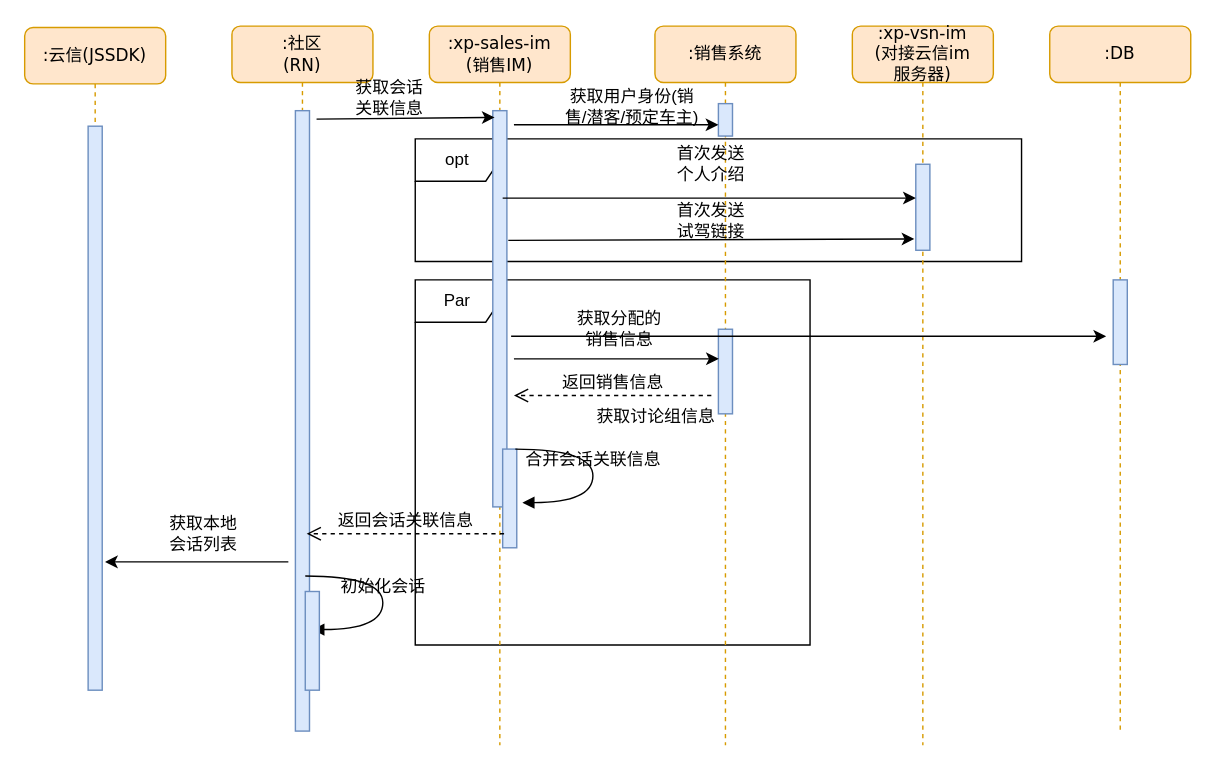
Before: arch/sns/InitUserSessions.drawio in zhangchuhu/drawio, a draw.io diagram. Source tidied: cells renumbered, new cells numbered last; positions are measured from the earlier drawing's top-left corner, leaving out a move shared by most shapes. Both pictures are drawn from the tidied source at 141%, with x=0, y=0 at pixel (24, 25).
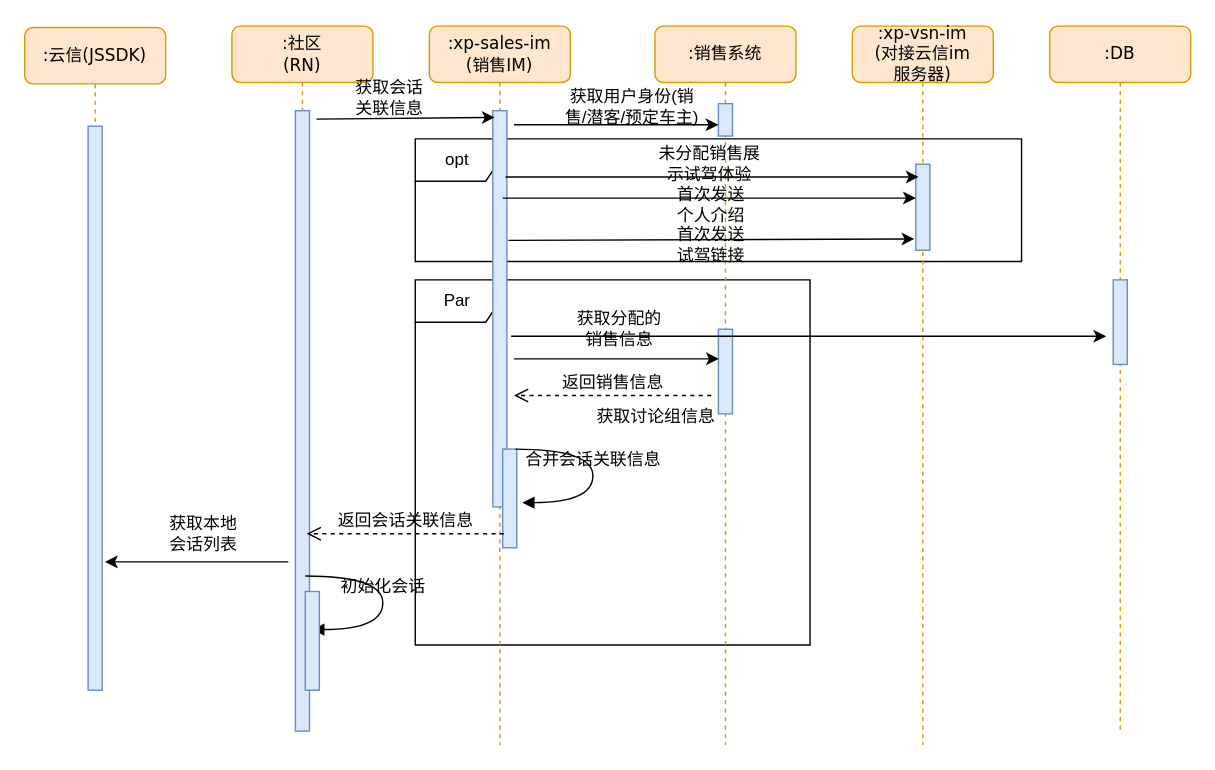
Above is the later version.

What changed in the source:
```diff
@@
     <mxCell id="30" value="首次发送&lt;br&gt;个人介绍" style="text;html=1;strokeColor=none;fillColor=none;align=center;verticalAlign=middle;whiteSpace=wrap;rounded=0;" parent="1" vertex="1">
-      <mxGeometry x="447" y="88" width="80" height="20" as="geometry" />
+      <mxGeometry x="447" y="117" width="80" height="20" as="geometry" />
     </mxCell>
@@
     <mxCell id="32" value="首次发送&lt;br&gt;试驾链接" style="text;html=1;strokeColor=none;fillColor=none;align=center;verticalAlign=middle;whiteSpace=wrap;rounded=0;" parent="1" vertex="1">
-      <mxGeometry x="447" y="128" width="80" height="20" as="geometry" />
+      <mxGeometry x="447" y="145" width="80" height="20" as="geometry" />
     </mxCell>
@@
+    <mxCell id="37" style="endArrow=classic;html=1;" parent="1" edge="1">
+      <mxGeometry relative="1" as="geometry">
+        <mxPoint x="341" y="107" as="sourcePoint" />
+        <mxPoint x="634" y="107" as="targetPoint" />
+      </mxGeometry>
+    </mxCell>
+    <mxCell id="38" value="未分配销售展示试驾体验" style="text;html=1;strokeColor=none;fillColor=none;align=center;verticalAlign=middle;whiteSpace=wrap;rounded=0;" parent="1" vertex="1">
+      <mxGeometry x="446" y="88" width="80" height="20" as="geometry" />
+    </mxCell>
```
